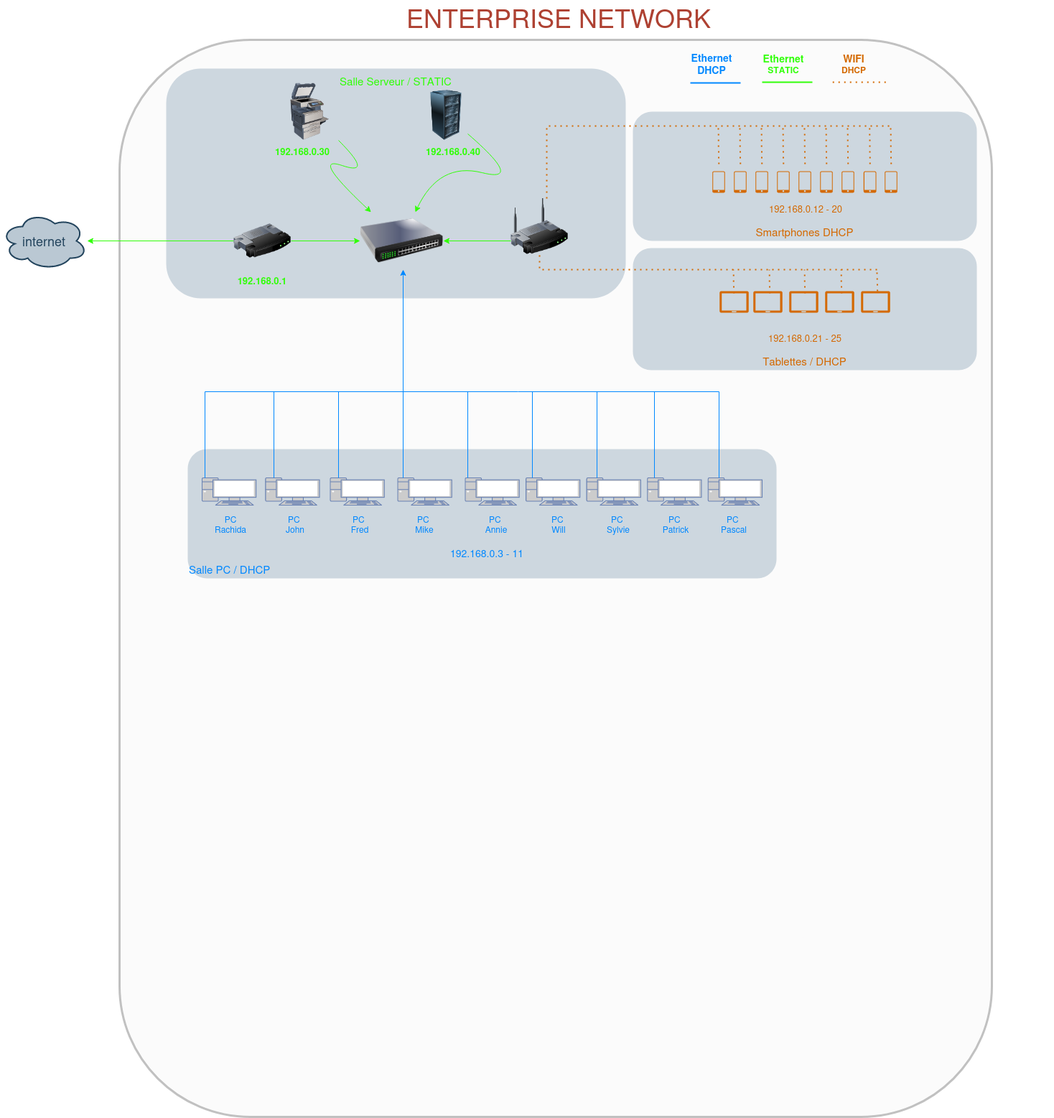
Earlier version of the draw.io export avocatsdunum.drawio.png (OCR-GRLD/OCR-GRLD). Source tidied: cells renumbered, new cells last; positions are measured from the earlier drawing's top-left corner, leaving out a move shared by most shapes.
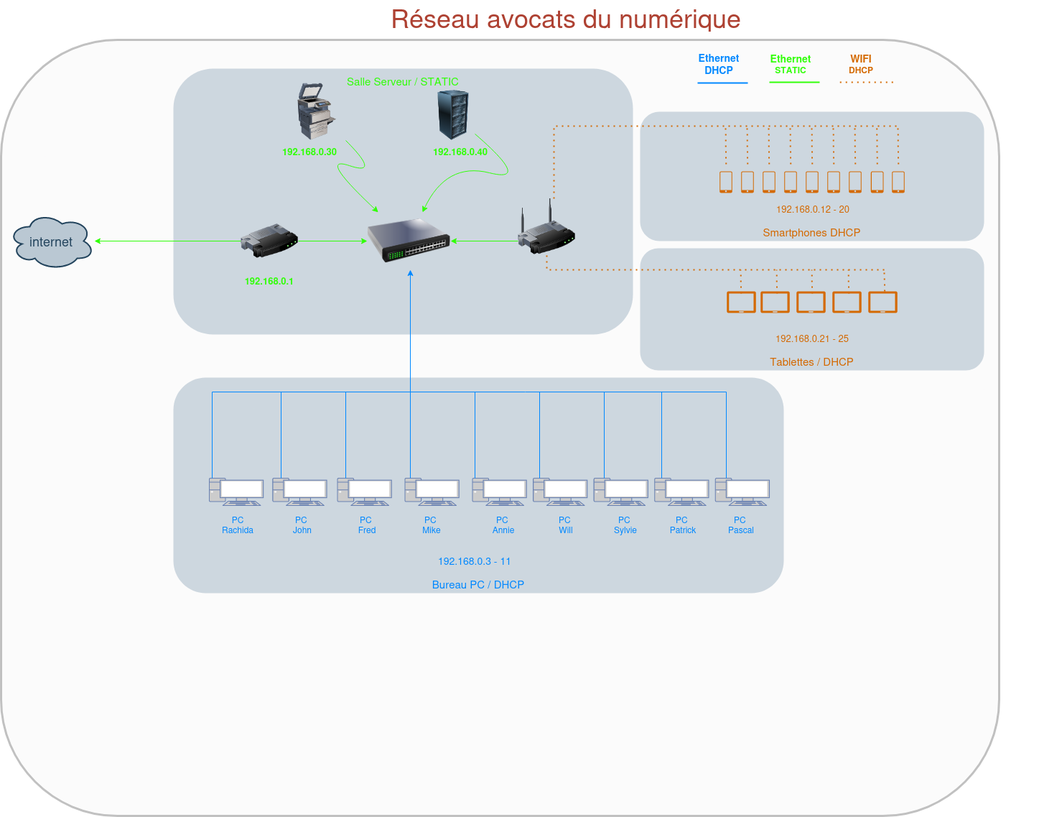
The same diagram one commit later.

Commit message:
Mettre à jour avocatsdunum.drawio.png

Diff of the diagram source:
```diff
@@ -3,10 +3,10 @@
     <mxCell id="0" />
     <mxCell id="1" parent="0" />
     <mxCell id="2" style="rounded=1;whiteSpace=wrap;html=1;shadow=0;strokeColor=#666666;fillColor=#f5f5f5;fontSize=18;fontColor=#333333;opacity=40;fontStyle=0;strokeWidth=3;" parent="1" vertex="1">
-      <mxGeometry x="165" y="55" width="1215" height="1500" as="geometry" />
+      <mxGeometry x="-10" y="55" width="1390" height="1080" as="geometry" />
     </mxCell>
     <mxCell id="3" value="&lt;div align=&quot;center&quot; style=&quot;font-size: 17px;&quot;&gt;&lt;font color=&quot;#31ff08&quot; style=&quot;font-size: 15px;&quot;&gt;Salle Serveur / STATIC&lt;/font&gt;&lt;/div&gt;" style="rounded=1;whiteSpace=wrap;html=1;shadow=0;strokeColor=none;fillColor=#BAC8D3;gradientColor=none;fontSize=18;fontColor=#AE4132;verticalAlign=top;opacity=70;fontStyle=0;strokeWidth=3;align=center;" parent="1" vertex="1">
-      <mxGeometry x="230" y="95" width="640" height="320" as="geometry" />
+      <mxGeometry x="230" y="95" width="640" height="370" as="geometry" />
     </mxCell>
     <mxCell id="4" style="image;html=1;image=img/lib/clip_art/computers/Server_Rack_128x128.png;shadow=0;strokeColor=#000000;fillColor=#FFFFFF;gradientColor=none;fontSize=18;fontColor=#F08705;fontStyle=0;" parent="1" vertex="1">
       <mxGeometry x="590" y="125" width="60" height="70" as="geometry" />
@@ -14,7 +14,7 @@
     <mxCell id="5" value="internet" style="ellipse;shape=cloud;whiteSpace=wrap;html=1;shadow=0;strokeColor=#23445D;fillColor=#BAC8D3;gradientColor=none;fontSize=18;fontColor=#23445D;fontStyle=0;gradientDirection=north;strokeWidth=2;" parent="1" vertex="1">
       <mxGeometry y="295" width="120" height="80" as="geometry" />
     </mxCell>
-    <mxCell id="6" value="ENTERPRISE NETWORK" style="text;html=1;strokeColor=none;fillColor=none;align=center;verticalAlign=middle;whiteSpace=wrap;overflow=hidden;shadow=0;fontSize=36;fontColor=#AE4132;fontStyle=0;" parent="1" vertex="1">
+    <mxCell id="6" value="Réseau avocats du numérique " style="text;html=1;strokeColor=none;fillColor=none;align=center;verticalAlign=middle;whiteSpace=wrap;overflow=hidden;shadow=0;fontSize=36;fontColor=#AE4132;fontStyle=0;" parent="1" vertex="1">
       <mxGeometry x="87" width="1380" height="45" as="geometry" />
     </mxCell>
     <mxCell id="7" style="edgeStyle=orthogonalEdgeStyle;rounded=0;jumpStyle=none;html=1;exitX=0;exitY=0.5;entryX=0;entryY=0.5;shadow=0;labelBackgroundColor=none;startArrow=none;startFill=0;endArrow=classic;endFill=1;endSize=6;jettySize=auto;orthogonalLoop=1;strokeColor=#23445D;strokeWidth=2;fillColor=#F08705;fontFamily=Helvetica;fontSize=14;fontColor=#F08705;align=left;fontStyle=0;" parent="1" edge="1" source="6" target="6">
@@ -32,8 +32,8 @@
     <mxCell id="11" style="image;html=1;image=img/lib/clip_art/networking/Switch_128x128.png;" parent="1" vertex="1">
       <mxGeometry x="500" y="295" width="116" height="80" as="geometry" />
     </mxCell>
-    <mxCell id="12" value="&lt;div align=&quot;left&quot;&gt;&lt;font color=&quot;#0088ff&quot; style=&quot;font-size: 15px;&quot;&gt;Salle PC / DHCP&lt;/font&gt;&lt;/div&gt;" style="rounded=1;whiteSpace=wrap;html=1;shadow=0;strokeColor=none;fillColor=#BAC8D3;gradientColor=none;fontSize=19;fontColor=#AE4132;verticalAlign=bottom;fontStyle=0;opacity=70;strokeWidth=3;align=left;" parent="1" vertex="1">
-      <mxGeometry x="260" y="625" width="820" height="180" as="geometry" />
+    <mxCell id="12" value="&lt;div align=&quot;center&quot;&gt;&lt;font color=&quot;#0088ff&quot; style=&quot;font-size: 15px;&quot;&gt;Bureau PC / DHCP&lt;/font&gt;&lt;/div&gt;" style="rounded=1;whiteSpace=wrap;html=1;shadow=0;strokeColor=none;fillColor=#BAC8D3;gradientColor=none;fontSize=19;fontColor=#AE4132;verticalAlign=bottom;fontStyle=0;opacity=70;strokeWidth=3;align=center;" parent="1" vertex="1">
+      <mxGeometry x="230" y="525" width="850" height="300" as="geometry" />
     </mxCell>
     <mxCell id="13" style="image;html=1;image=img/lib/clip_art/computers/Printer_Commercial_128x128.png;" parent="1" vertex="1">
       <mxGeometry x="390" y="115" width="80" height="80" as="geometry" />
@@ -335,7 +335,7 @@
       <mxGeometry x="1157.8" y="74" width="60" height="30" as="geometry" />
     </mxCell>
     <mxCell id="77" value="&lt;font color=&quot;#0088ff&quot; style=&quot;font-size: 14px;&quot;&gt;192.168.0.3 - 11&lt;/font&gt;" style="text;html=1;strokeColor=none;fillColor=none;align=center;verticalAlign=middle;whiteSpace=wrap;rounded=0;" parent="1" vertex="1">
-      <mxGeometry x="607" y="755" width="140" height="30" as="geometry" />
+      <mxGeometry x="580" y="765" width="140" height="30" as="geometry" />
     </mxCell>
     <mxCell id="78" value="&lt;font style=&quot;font-size: 13px;&quot;&gt;&lt;b&gt;&lt;font style=&quot;font-size: 13px;&quot; color=&quot;#31ff08&quot;&gt;192.168.0.1&lt;/font&gt;&lt;/b&gt;&lt;/font&gt;" style="text;html=1;strokeColor=none;fillColor=none;align=center;verticalAlign=middle;whiteSpace=wrap;rounded=0;" parent="1" vertex="1">
       <mxGeometry x="294" y="375" width="140" height="30" as="geometry" />
```
